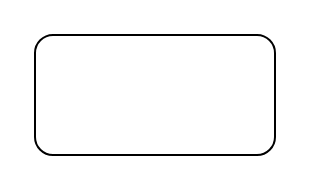
LuanaCajaiba/uri-dart keeps this draw.io diagram as Diagrama sem nome.drawio. Above is the earlier version. Source tidied: cells renumbered, new cells numbered last; positions are measured from the earlier drawing's top-left corner, leaving out a move shared by most shapes. Both pictures are drawn from the tidied source at 200%, with x=0, y=0 at pixel (34, 34).
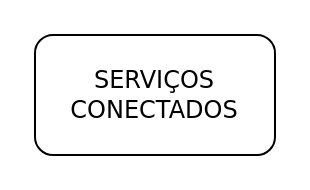
The same diagram, later.

Diff of the diagram source:
```diff
@@
 <mxGraphModel>
   <root>
     <mxCell id="0" />
     <mxCell id="1" parent="0" />
-    <mxCell id="2" style="rounded=1;whiteSpace=wrap;html=1;" parent="1" vertex="1">
+    <mxCell id="2" value="&lt;font style=&quot;font-size: 12px;&quot; face=&quot;Verdana&quot;&gt;SERVIÇOS CONECTADOS&lt;/font&gt;" style="rounded=1;whiteSpace=wrap;html=1;" parent="1" vertex="1">
       <mxGeometry width="120" height="60" as="geometry" />
     </mxCell>
   </root>
 </mxGraphModel>
```
